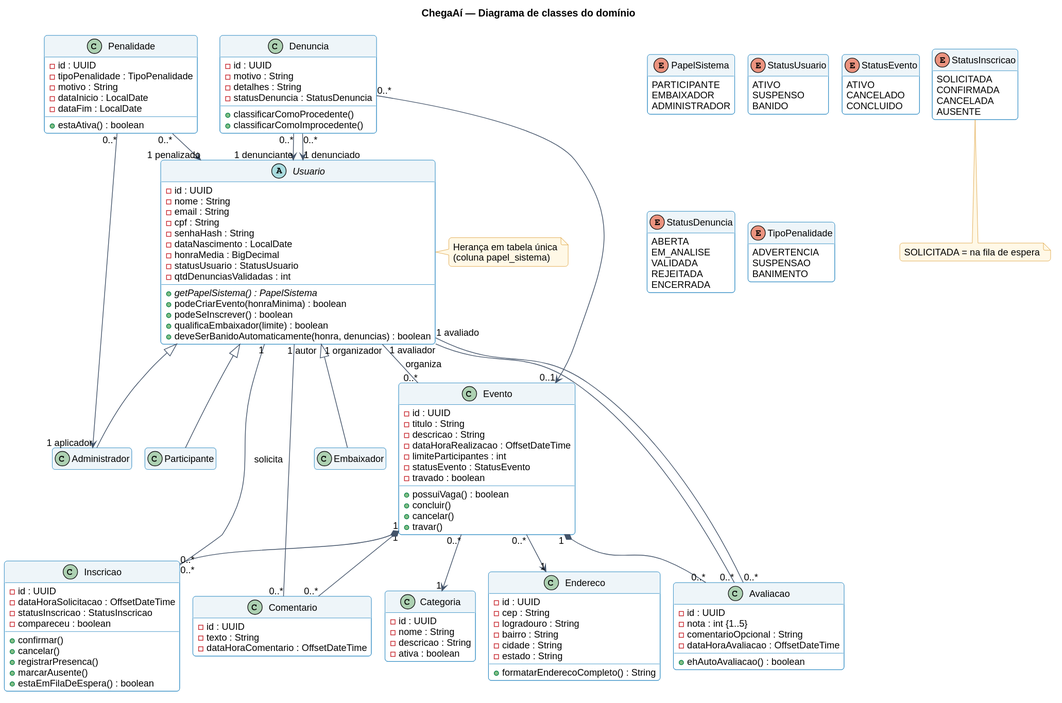
Before: docs/uml/classes.svg, a diagram exported from PlantUML (PedroBartkevihi/ChegaAi).
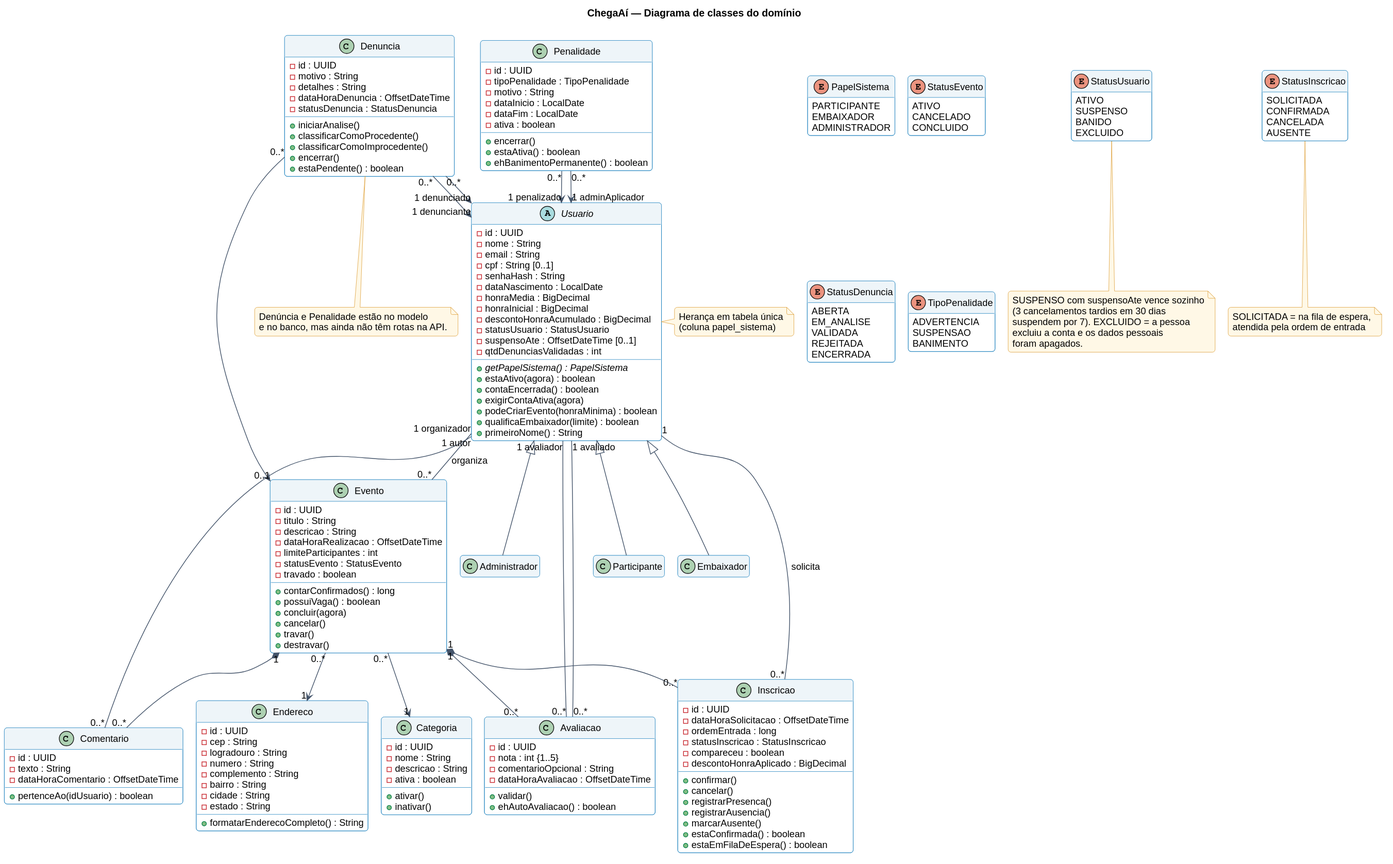
The same diagram one commit later.

Diff of the diagram source:
```diff
@@ -9,17 +9,22 @@
   - id : UUID
   - nome : String
   - email : String
-  - cpf : String
+  - cpf : String [0..1]
   - senhaHash : String
   - dataNascimento : LocalDate
   - honraMedia : BigDecimal
+  - honraInicial : BigDecimal
+  - descontoHonraAcumulado : BigDecimal
   - statusUsuario : StatusUsuario
+  - suspensoAte : OffsetDateTime [0..1]
   - qtdDenunciasValidadas : int
   + {abstract} getPapelSistema() : PapelSistema
+  + estaAtivo(agora) : boolean
+  + contaEncerrada() : boolean
+  + exigirContaAtiva(agora)
   + podeCriarEvento(honraMinima) : boolean
-  + podeSeInscrever() : boolean
   + qualificaEmbaixador(limite) : boolean
-  + deveSerBanidoAutomaticamente(honra, denuncias) : boolean
+  + primeiroNome() : String
 }
 class Participante
 class Embaixador
@@ -40,32 +45,40 @@
   - limiteParticipantes : int
   - statusEvento : StatusEvento
   - travado : boolean
+  + contarConfirmados() : long
   + possuiVaga() : boolean
-  + concluir()
+  + concluir(agora)
   + cancelar()
   + travar()
+  + destravar()
 }
 class Inscricao {
   - id : UUID
   - dataHoraSolicitacao : OffsetDateTime
+  - ordemEntrada : long
   - statusInscricao : StatusInscricao
   - compareceu : boolean
+  - descontoHonraAplicado : BigDecimal
   + confirmar()
   + cancelar()
   + registrarPresenca()
+  + registrarAusencia()
   + marcarAusente()
+  + estaConfirmada() : boolean
   + estaEmFilaDeEspera() : boolean
 }
 class Comentario {
   - id : UUID
   - texto : String
   - dataHoraComentario : OffsetDateTime
+  + pertenceAo(idUsuario) : boolean
 }
 class Avaliacao {
   - id : UUID
   - nota : int {1..5}
   - comentarioOpcional : String
   - dataHoraAvaliacao : OffsetDateTime
+  + validar()
   + ehAutoAvaliacao() : boolean
 }
 class Categoria {
@@ -73,11 +86,15 @@
   - nome : String
   - descricao : String
   - ativa : boolean
+  + ativar()
+  + inativar()
 }
 class Endereco {
   - id : UUID
   - cep : String
   - logradouro : String
+  - numero : String
+  - complemento : String
   - bairro : String
   - cidade : String
   - estado : String
@@ -87,9 +104,13 @@
   - id : UUID
   - motivo : String
   - detalhes : String
+  - dataHoraDenuncia : OffsetDateTime
   - statusDenuncia : StatusDenuncia
+  + iniciarAnalise()
   + classificarComoProcedente()
   + classificarComoImprocedente()
+  + encerrar()
+  + estaPendente() : boolean
 }
 class Penalidade {
   - id : UUID
@@ -97,8 +118,15 @@
   - motivo : String
   - dataInicio : LocalDate
   - dataFim : LocalDate
+  - ativa : boolean
+  + encerrar()
   + estaAtiva() : boolean
+  + ehBanimentoPermanente() : boolean
 }
+note bottom of Denuncia
+  Denúncia e Penalidade estão no modelo
+  e no banco, mas ainda não têm rotas na API.
+end note
 
 Usuario "1 organizador" -- "0..*" Evento : organiza >
 Evento "0..*" --> "1" Categoria
@@ -114,7 +142,7 @@
 Denuncia "0..*" --> "1 denunciado" Usuario
 Denuncia "0..*" --> "0..1" Evento
 Penalidade "0..*" --> "1 penalizado" Usuario
-Penalidade "0..*" --> "1 aplicador" Administrador
+Penalidade "0..*" --> "1 adminAplicador" Usuario
 
 enum PapelSistema {
   PARTICIPANTE
@@ -125,6 +153,7 @@
   ATIVO
   SUSPENSO
   BANIDO
+  EXCLUIDO
 }
 enum StatusEvento {
   ATIVO
@@ -150,6 +179,14 @@
   BANIMENTO
 }
 note bottom of StatusInscricao
-  SOLICITADA = na fila de espera
+  SOLICITADA = na fila de espera,
+  atendida pela ordem de entrada
+end note
+note bottom of StatusUsuario
+  SUSPENSO com suspensoAte vence sozinho
+  (3 cancelamentos tardios em 30 dias
+  suspendem por 7). EXCLUIDO = a pessoa
+  excluiu a conta e os dados pessoais
+  foram apagados.
 end note
 @enduml
```
